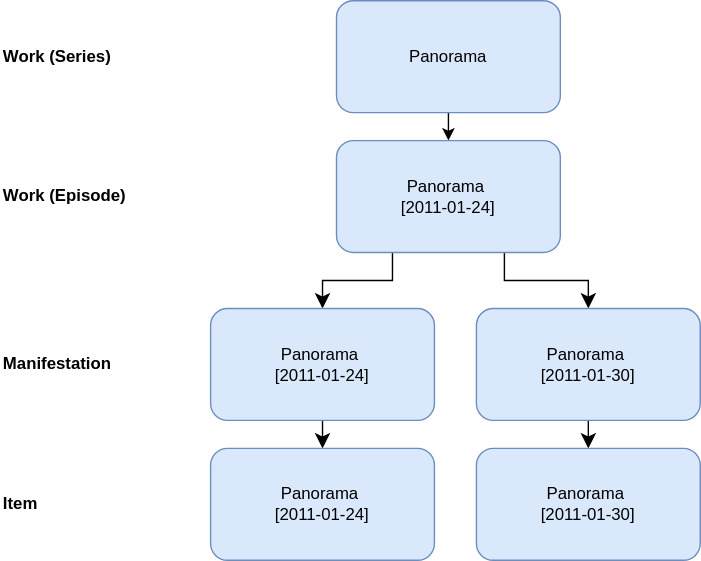
Earlier version of the draw.io export markdown/diagrams/numb_03.drawio.svg (FIAF/fiaf-cataloguing-manual). Source tidied: cells renumbered, new cells last; positions are measured from the earlier drawing's top-left corner, leaving out a move shared by most shapes.
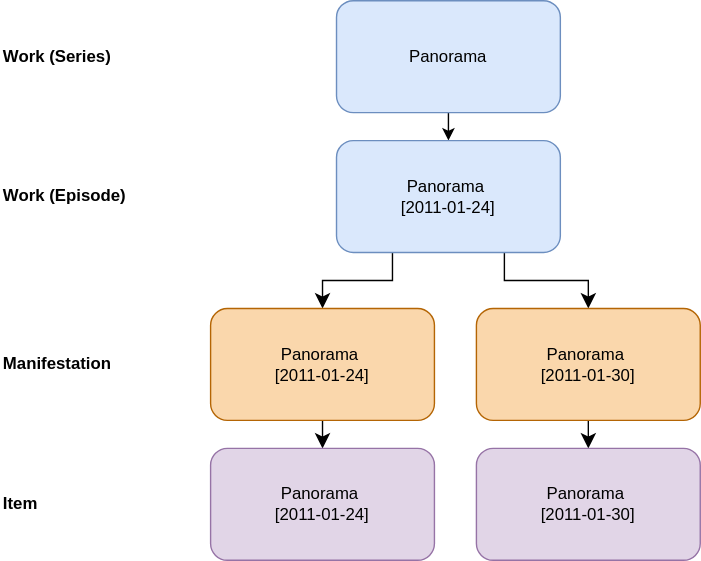
After the change.

Change to the diagram source:
```diff
@@ -8,12 +8,12 @@
     <mxCell id="3" value="Panorama" style="rounded=1;whiteSpace=wrap;html=1;fillColor=#dae8fc;strokeColor=#6c8ebf;" parent="1" vertex="1">
       <mxGeometry x="240" width="160" height="80" as="geometry" />
     </mxCell>
-    <mxCell id="4" style="edgeStyle=orthogonalEdgeStyle;rounded=0;jettySize=auto;html=1;exitX=0.75;exitY=1;exitDx=0;exitDy=0;entryX=0.5;entryY=0;entryDx=0;entryDy=0;fontSize=12;startSize=8;endSize=8;" parent="1" edge="1" source="6" target="15">
-      <mxGeometry relative="1" as="geometry" />
-    </mxCell>
-    <mxCell id="5" style="edgeStyle=orthogonalEdgeStyle;rounded=0;jettySize=auto;html=1;exitX=0.25;exitY=1;exitDx=0;exitDy=0;entryX=0.5;entryY=0;entryDx=0;entryDy=0;fontSize=12;startSize=8;endSize=8;" parent="1" edge="1" source="6" target="11">
-      <mxGeometry relative="1" as="geometry" />
-    </mxCell>
+    <mxCell id="17" style="edgeStyle=orthogonalEdgeStyle;rounded=0;jettySize=auto;html=1;exitX=0.75;exitY=1;exitDx=0;exitDy=0;entryX=0.5;entryY=0;entryDx=0;entryDy=0;fontSize=12;startSize=8;endSize=8;" parent="1" edge="1" source="6" target="23">
+      <mxGeometry relative="1" as="geometry" />
+    </mxCell>
+    <mxCell id="18" style="edgeStyle=orthogonalEdgeStyle;rounded=0;jettySize=auto;html=1;exitX=0.25;exitY=1;exitDx=0;exitDy=0;entryX=0.5;entryY=0;entryDx=0;entryDy=0;fontSize=12;startSize=8;endSize=8;" parent="1" edge="1" source="6" target="20">
+      <mxGeometry relative="1" as="geometry" />
+    </mxCell>
     <mxCell id="6" value="&lt;div&gt;Panorama&amp;nbsp;&lt;/div&gt;&lt;div&gt;[2011-01-24]&lt;/div&gt;" style="rounded=1;whiteSpace=wrap;html=1;fillColor=#dae8fc;strokeColor=#6c8ebf;" parent="1" vertex="1">
       <mxGeometry x="240" y="100" width="160" height="80" as="geometry" />
     </mxCell>
@@ -26,26 +26,26 @@
     <mxCell id="9" value="Manifestation" style="text;html=1;whiteSpace=wrap;strokeColor=none;fillColor=none;align=left;verticalAlign=middle;rounded=0;fontStyle=1;" parent="1" vertex="1">
       <mxGeometry y="245" width="110" height="30" as="geometry" />
     </mxCell>
-    <mxCell id="10" style="edgeStyle=none;curved=1;rounded=0;jettySize=auto;html=1;exitX=0.5;exitY=1;exitDx=0;exitDy=0;entryX=0.5;entryY=0;entryDx=0;entryDy=0;fontSize=12;startSize=8;endSize=8;" parent="1" edge="1" source="11" target="13">
-      <mxGeometry relative="1" as="geometry" />
-    </mxCell>
-    <mxCell id="11" value="&lt;div&gt;Panorama&amp;nbsp;&lt;/div&gt;&lt;div&gt;[2011-01-24]&lt;/div&gt;" style="rounded=1;whiteSpace=wrap;html=1;fillColor=#dae8fc;strokeColor=#6c8ebf;" parent="1" vertex="1">
-      <mxGeometry x="150" y="220" width="160" height="80" as="geometry" />
-    </mxCell>
+    <mxCell id="19" style="edgeStyle=none;curved=1;rounded=0;jettySize=auto;html=1;exitX=0.5;exitY=1;exitDx=0;exitDy=0;entryX=0.5;entryY=0;entryDx=0;entryDy=0;fontSize=12;startSize=8;endSize=8;" parent="1" edge="1" source="20" target="21">
+      <mxGeometry relative="1" as="geometry" />
+    </mxCell>
+    <mxCell id="20" value="&lt;div&gt;Panorama&amp;nbsp;&lt;/div&gt;&lt;div&gt;[2011-01-24]&lt;/div&gt;" style="rounded=1;whiteSpace=wrap;html=1;fillColor=#fad7ac;strokeColor=#b46504;" parent="1" vertex="1">
+      <mxGeometry x="150" y="220" width="160" height="80" as="geometry" />
+    </mxCell>
     <mxCell id="12" value="Item" style="text;html=1;whiteSpace=wrap;strokeColor=none;fillColor=none;align=left;verticalAlign=middle;rounded=0;fontStyle=1;" parent="1" vertex="1">
       <mxGeometry y="345" width="110" height="30" as="geometry" />
     </mxCell>
-    <mxCell id="13" value="&lt;div&gt;Panorama&amp;nbsp;&lt;/div&gt;&lt;div&gt;[2011-01-24]&lt;/div&gt;" style="rounded=1;whiteSpace=wrap;html=1;fillColor=#dae8fc;strokeColor=#6c8ebf;" parent="1" vertex="1">
-      <mxGeometry x="150" y="320" width="160" height="80" as="geometry" />
-    </mxCell>
-    <mxCell id="14" style="edgeStyle=none;curved=1;rounded=0;jettySize=auto;html=1;exitX=0.5;exitY=1;exitDx=0;exitDy=0;entryX=0.5;entryY=0;entryDx=0;entryDy=0;fontSize=12;startSize=8;endSize=8;" parent="1" edge="1" source="15" target="16">
-      <mxGeometry relative="1" as="geometry" />
-    </mxCell>
-    <mxCell id="15" value="&lt;div&gt;Panorama&amp;nbsp;&lt;/div&gt;&lt;div&gt;[2011-01-30]&lt;/div&gt;" style="rounded=1;whiteSpace=wrap;html=1;fillColor=#dae8fc;strokeColor=#6c8ebf;" parent="1" vertex="1">
-      <mxGeometry x="340" y="220" width="160" height="80" as="geometry" />
-    </mxCell>
-    <mxCell id="16" value="&lt;div&gt;Panorama&amp;nbsp;&lt;/div&gt;&lt;div&gt;[2011-01-30]&lt;/div&gt;" style="rounded=1;whiteSpace=wrap;html=1;fillColor=#dae8fc;strokeColor=#6c8ebf;" parent="1" vertex="1">
-      <mxGeometry x="340" y="320" width="160" height="80" as="geometry" />
-    </mxCell>
+    <mxCell id="21" value="&lt;div&gt;Panorama&amp;nbsp;&lt;/div&gt;&lt;div&gt;[2011-01-24]&lt;/div&gt;" style="rounded=1;whiteSpace=wrap;html=1;fillColor=#e1d5e7;strokeColor=#9673a6;" parent="1" vertex="1">
+      <mxGeometry x="150" y="320" width="160" height="80" as="geometry" />
+    </mxCell>
+    <mxCell id="22" style="edgeStyle=none;curved=1;rounded=0;jettySize=auto;html=1;exitX=0.5;exitY=1;exitDx=0;exitDy=0;entryX=0.5;entryY=0;entryDx=0;entryDy=0;fontSize=12;startSize=8;endSize=8;" parent="1" edge="1" source="23" target="24">
+      <mxGeometry relative="1" as="geometry" />
+    </mxCell>
+    <mxCell id="23" value="&lt;div&gt;Panorama&amp;nbsp;&lt;/div&gt;&lt;div&gt;[2011-01-30]&lt;/div&gt;" style="rounded=1;whiteSpace=wrap;html=1;fillColor=#fad7ac;strokeColor=#b46504;" parent="1" vertex="1">
+      <mxGeometry x="340" y="220" width="160" height="80" as="geometry" />
+    </mxCell>
+    <mxCell id="24" value="&lt;div&gt;Panorama&amp;nbsp;&lt;/div&gt;&lt;div&gt;[2011-01-30]&lt;/div&gt;" style="rounded=1;whiteSpace=wrap;html=1;fillColor=#e1d5e7;strokeColor=#9673a6;" parent="1" vertex="1">
+      <mxGeometry x="340" y="320" width="160" height="80" as="geometry" />
+    </mxCell>
   </root>
 </mxGraphModel>
```
